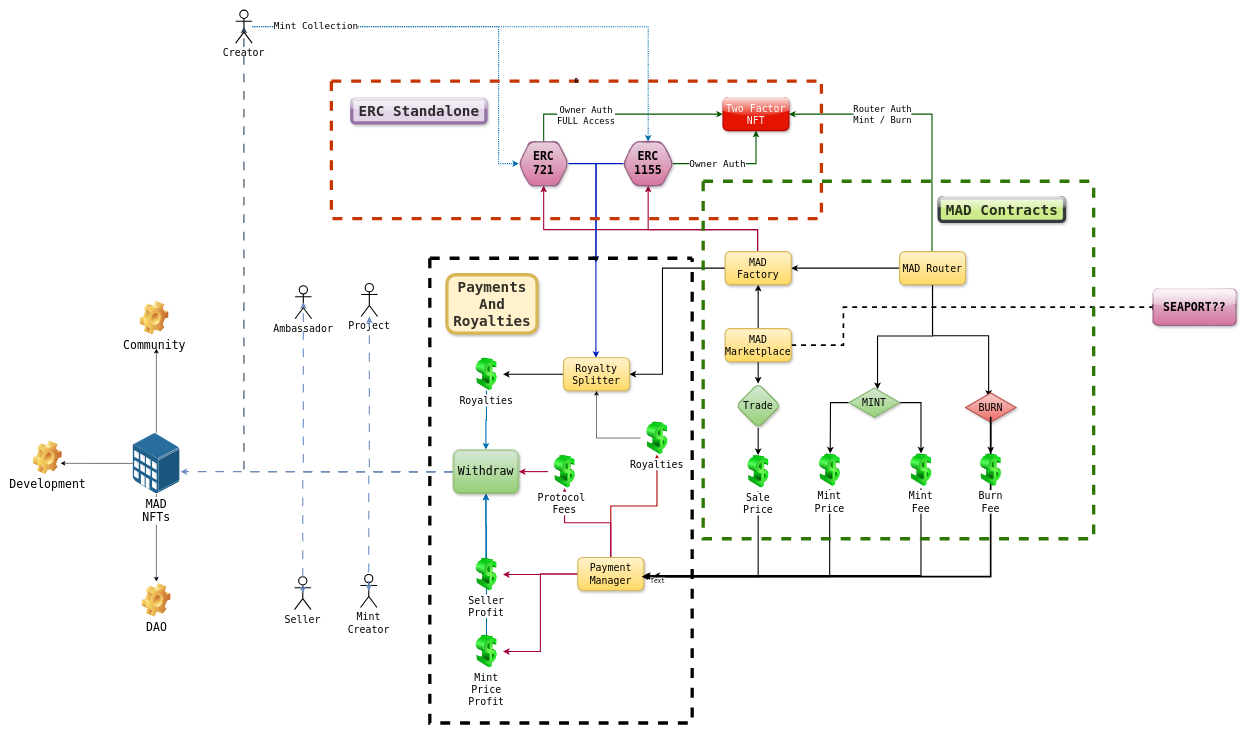
Before: docs/MadProtocolArchitectureHighLevel.drawio in madnfts/madprotocol, a draw.io diagram. Source tidied: cells renumbered, new cells numbered last; positions are measured from the earlier drawing's top-left corner, leaving out a move shared by most shapes. Both pictures are drawn from the tidied source at 55%, with x=0, y=0 at pixel (33, 10).
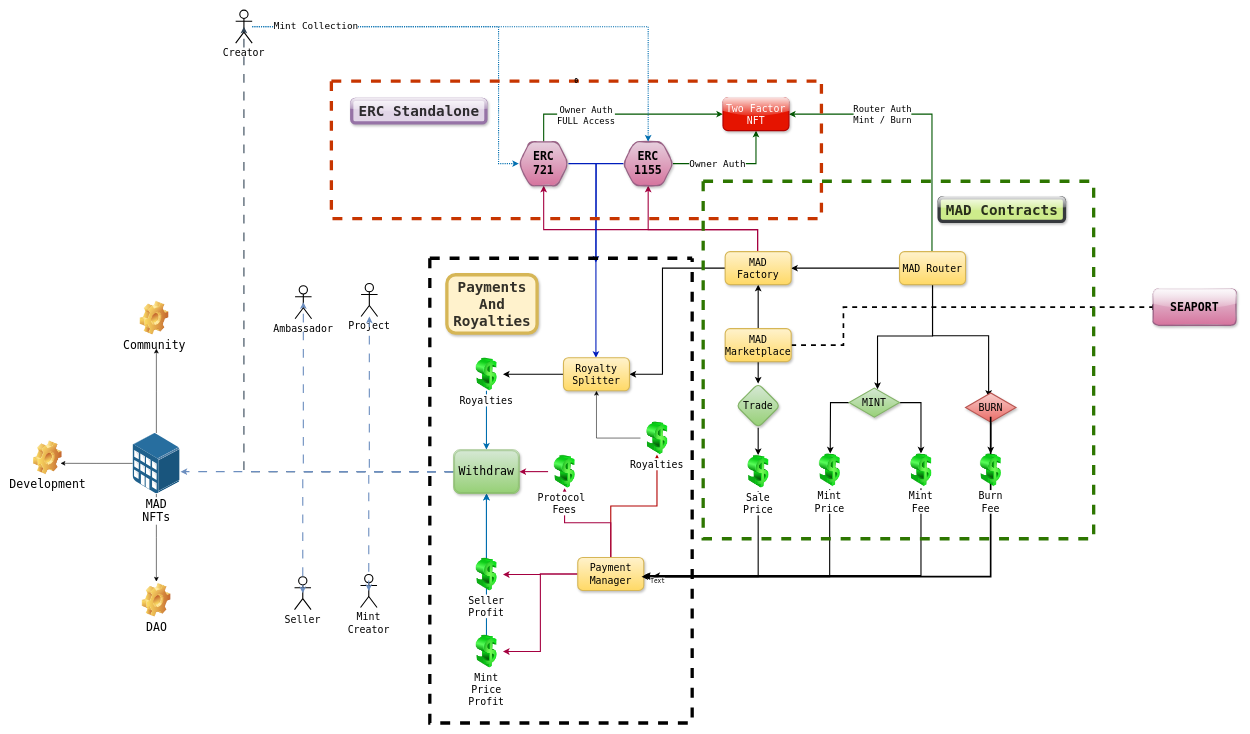
The same diagram, later.

Unchanged cells that the change refers to:
```xml
<mxCell id="79" style="swimlane;startSize=0;strokeWidth=6;dashed=1;whiteSpace=wrap;fontFamily=Lucida Console;labelBorderColor=none;html=1;" parent="1" vertex="1">
  <mxGeometry x="721" y="451" width="477" height="845" as="geometry" />
</mxCell>
<mxCell id="82" value="Protocol&amp;nbsp;&lt;br&gt;Fees" style="image;html=1;image=img/lib/clip_art/finance/Dollar_128x128.png;strokeWidth=2;labelBorderColor=none;fontStyle=0;fontFamily=Lucida Console;fontSize=18;whiteSpace=wrap;" parent="79" vertex="1">
  <mxGeometry x="215" y="358" width="60" height="60" as="geometry" />
</mxCell>
```

Change to the diagram source:
```diff
@@
-    <mxCell id="74" value="&lt;font style=&quot;font-size: 21px;&quot;&gt;Withdraw&lt;br&gt;&lt;/font&gt;" style="shape=ext;double=1;rounded=1;whiteSpace=wrap;html=1;fillColor=#d5e8d4;strokeColor=#82b366;gradientColor=#97d077;fontFamily=Lucida Console;labelBorderColor=none;shadow=1;" parent="1" vertex="1">
-      <mxGeometry x="763" y="799" width="120" height="80" as="geometry" />
-    </mxCell>
-    <mxCell id="75" value="&lt;b style=&quot;font-size: 21px;&quot;&gt;&lt;font style=&quot;font-size: 21px;&quot;&gt;SEAPORT??&lt;/font&gt;&lt;/b&gt;" style="rounded=1;whiteSpace=wrap;html=1;strokeWidth=2;fillWeight=4;hachureGap=8;hachureAngle=45;fillColor=#e6d0de;sketch=1;strokeColor=#996185;gradientColor=#d5739d;fontFamily=Lucida Console;labelBorderColor=none;fontSize=21;glass=1;shadow=1;" parent="1" vertex="1">
+    <mxCell id="75" value="&lt;b style=&quot;font-size: 21px;&quot;&gt;&lt;font style=&quot;font-size: 21px;&quot;&gt;SEAPORT&lt;/font&gt;&lt;/b&gt;" style="rounded=1;whiteSpace=wrap;html=1;strokeWidth=2;fillWeight=4;hachureGap=8;hachureAngle=45;fillColor=#e6d0de;sketch=1;strokeColor=#996185;gradientColor=#d5739d;fontFamily=Lucida Console;labelBorderColor=none;fontSize=21;glass=1;shadow=1;" parent="1" vertex="1">
       <mxGeometry x="2036" y="507" width="151" height="66" as="geometry" />
     </mxCell>
@@
+    <mxCell id="74" value="&lt;font style=&quot;font-size: 21px;&quot;&gt;Withdraw&lt;br&gt;&lt;/font&gt;" style="shape=ext;double=1;rounded=1;whiteSpace=wrap;html=1;fillColor=#d5e8d4;strokeColor=#82b366;gradientColor=#97d077;fontFamily=Lucida Console;labelBorderColor=none;shadow=1;" parent="79" vertex="1">
+      <mxGeometry x="43" y="348" width="120" height="80" as="geometry" />
+    </mxCell>
-    <mxCell id="83" style="edgeStyle=orthogonalEdgeStyle;rounded=0;jettySize=auto;html=1;entryX=1;entryY=0.5;entryDx=0;entryDy=0;fontSize=18;fontFamily=Lucida Console;strokeColor=#A50040;strokeWidth=2;labelBorderColor=none;fontStyle=0;fillColor=#d80073;" parent="1" edge="1" source="82" target="74">
+    <mxCell id="83" style="edgeStyle=orthogonalEdgeStyle;rounded=0;jettySize=auto;html=1;entryX=1;entryY=0.5;entryDx=0;entryDy=0;fontSize=18;fontFamily=Lucida Console;strokeColor=#A50040;strokeWidth=2;labelBorderColor=none;fontStyle=0;fillColor=#d80073;" parent="79" edge="1" source="82" target="74">
       <mxGeometry relative="1" as="geometry" />
     </mxCell>
```
